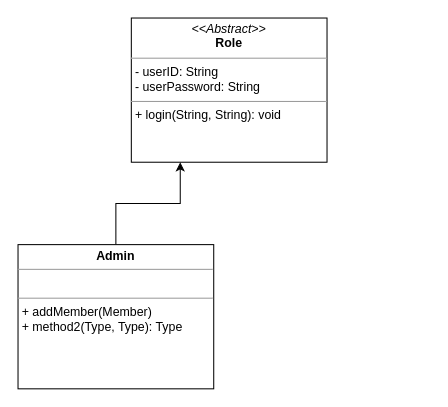
Above: Untitled Diagram.drawio in megaunknown/UML (draw.io), before the change. Source tidied: cells renumbered, new cells numbered last; positions are measured from the earlier drawing's top-left corner, leaving out a move shared by most shapes. Both pictures are drawn from the tidied source at 103%, with x=0, y=0 at pixel (18, 18).
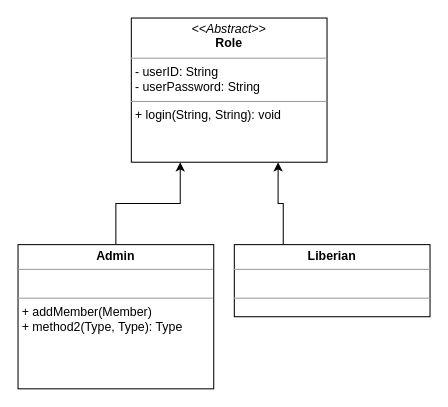
Above is the later version.

Commit message:
Add Association from Lib to Role

The edit, as a diff of the source:
```diff
@@
 <mxGraphModel>
   <root>
     <mxCell id="0" />
     <mxCell id="1" parent="0" />
     <mxCell id="2" value="&lt;p style=&quot;margin: 0px ; margin-top: 4px ; text-align: center&quot;&gt;&lt;i&gt;&amp;lt;&amp;lt;Abstract&amp;gt;&amp;gt;&lt;/i&gt;&lt;br&gt;&lt;b&gt;Role&lt;/b&gt;&lt;/p&gt;&lt;hr size=&quot;1&quot;&gt;&lt;p style=&quot;margin: 0px ; margin-left: 4px&quot;&gt;- userID: String&lt;br&gt;- userPassword: String&lt;/p&gt;&lt;hr size=&quot;1&quot;&gt;&lt;p style=&quot;margin: 0px ; margin-left: 4px&quot;&gt;+ login(String, String): void&lt;br&gt;&lt;/p&gt;" style="verticalAlign=top;align=left;overflow=fill;fontSize=12;fontFamily=Helvetica;html=1;rounded=0;shadow=0;comic=0;labelBackgroundColor=none;strokeWidth=1;" parent="1" vertex="1">
       <mxGeometry x="110" width="190" height="140" as="geometry" />
     </mxCell>
     <mxCell id="3" style="edgeStyle=orthogonalEdgeStyle;rounded=0;jettySize=auto;html=1;exitX=0.5;exitY=0;exitDx=0;exitDy=0;entryX=0.25;entryY=1;entryDx=0;entryDy=0;" parent="1" edge="1" source="4" target="2">
       <mxGeometry relative="1" as="geometry" />
     </mxCell>
     <mxCell id="4" value="&lt;p style=&quot;margin: 0px ; margin-top: 4px ; text-align: center&quot;&gt;&lt;b&gt;Admin&lt;/b&gt;&lt;/p&gt;&lt;hr size=&quot;1&quot;&gt;&lt;p style=&quot;margin: 0px ; margin-left: 4px&quot;&gt;&lt;br&gt;&lt;/p&gt;&lt;hr size=&quot;1&quot;&gt;&lt;p style=&quot;margin: 0px ; margin-left: 4px&quot;&gt;+ addMember(Member)&lt;br&gt;+ method2(Type, Type): Type&lt;/p&gt;" style="verticalAlign=top;align=left;overflow=fill;fontSize=12;fontFamily=Helvetica;html=1;rounded=0;shadow=0;comic=0;labelBackgroundColor=none;strokeWidth=1;" parent="1" vertex="1">
       <mxGeometry y="220" width="190" height="140" as="geometry" />
     </mxCell>
+    <mxCell id="5" style="edgeStyle=orthogonalEdgeStyle;rounded=0;jettySize=auto;html=1;exitX=0.25;exitY=0;exitDx=0;exitDy=0;entryX=0.75;entryY=1;entryDx=0;entryDy=0;" parent="1" edge="1" source="6" target="2">
+      <mxGeometry relative="1" as="geometry" />
+    </mxCell>
+    <mxCell id="6" value="&lt;p style=&quot;margin: 0px ; margin-top: 4px ; text-align: center&quot;&gt;&lt;b&gt;Liberian&lt;/b&gt;&lt;/p&gt;&lt;hr size=&quot;1&quot;&gt;&lt;p style=&quot;margin: 0px ; margin-left: 4px&quot;&gt;&lt;br&gt;&lt;/p&gt;&lt;hr size=&quot;1&quot;&gt;&lt;p style=&quot;margin: 0px ; margin-left: 4px&quot;&gt;&lt;br&gt;&lt;/p&gt;" style="verticalAlign=top;align=left;overflow=fill;fontSize=12;fontFamily=Helvetica;html=1;rounded=0;shadow=0;comic=0;labelBackgroundColor=none;strokeWidth=1;" parent="1" vertex="1">
+      <mxGeometry x="210" y="220" width="190" height="70" as="geometry" />
+    </mxCell>
   </root>
 </mxGraphModel>
```
